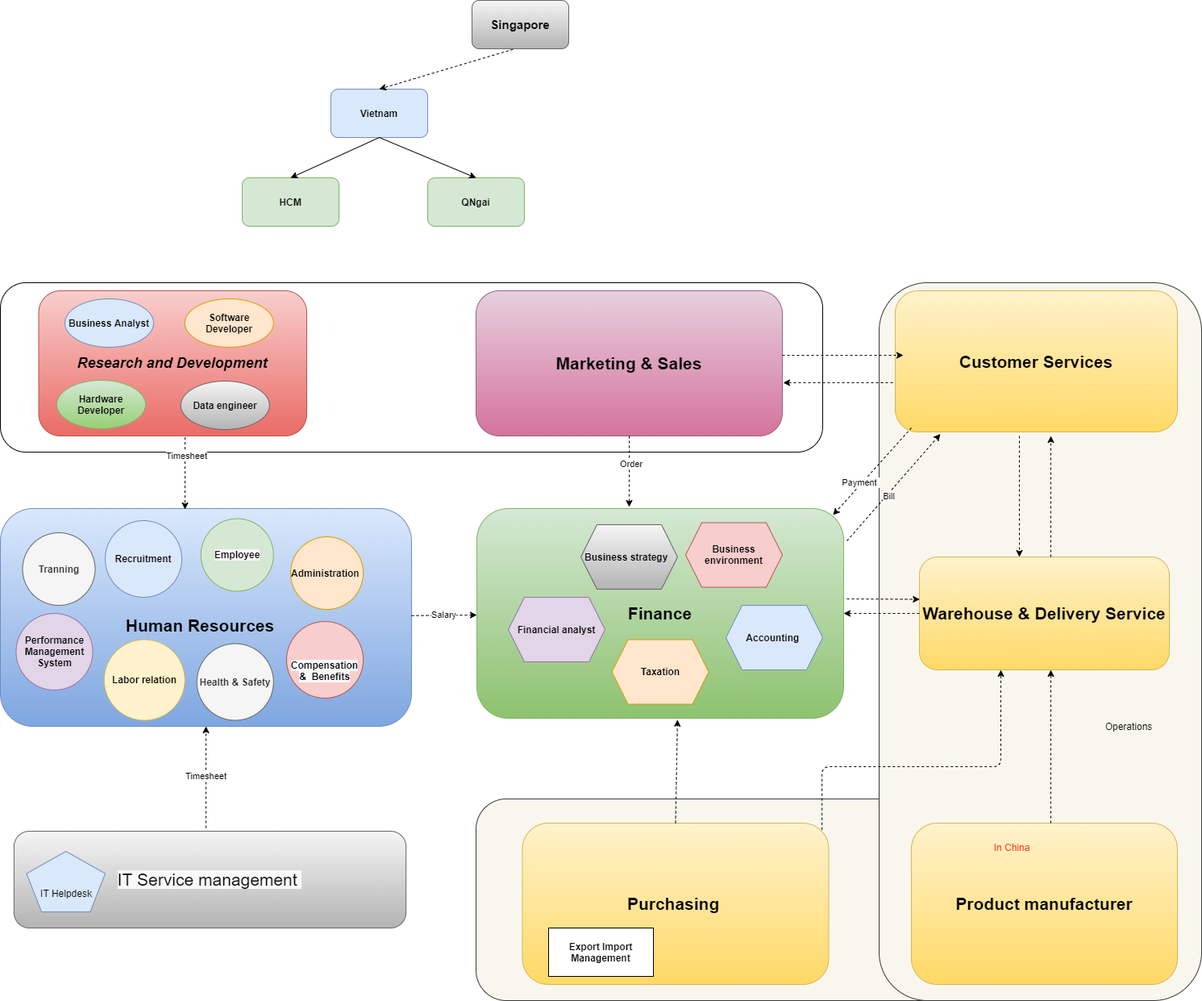
Before: 03_staff/01_image/Department_Organizational_chart-Org_Chart.png, a diagram exported from draw.io (letrthong/business). Source tidied: cells renumbered, new cells last; positions are measured from the earlier drawing's top-left corner, leaving out a move shared by most shapes.
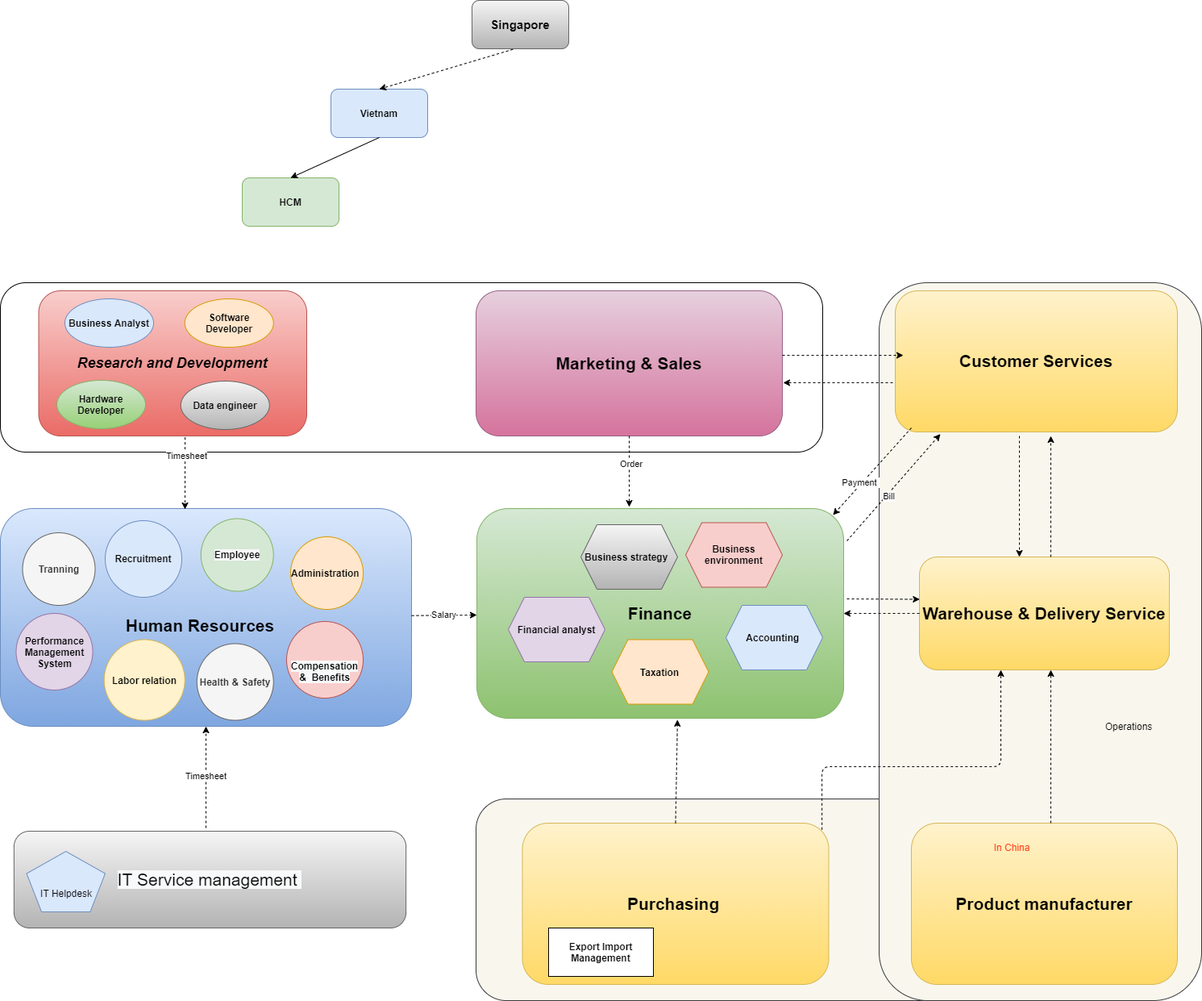
After the change.

The edit, as a diff of the source:
```diff
@@ -41,18 +41,12 @@
     <mxCell id="14" value="&lt;b&gt;Vietnam&lt;/b&gt;" style="rounded=1;whiteSpace=wrap;html=1;fillColor=#dae8fc;strokeColor=#6c8ebf;" parent="1" vertex="1">
       <mxGeometry x="410" y="110" width="120" height="60" as="geometry" />
     </mxCell>
-    <mxCell id="15" value="&lt;b&gt;QNgai&lt;/b&gt;" style="rounded=1;whiteSpace=wrap;html=1;fillColor=#d5e8d4;strokeColor=#82b366;" parent="1" vertex="1">
-      <mxGeometry x="530" y="220" width="120" height="60" as="geometry" />
-    </mxCell>
     <mxCell id="16" value="&lt;b&gt;HCM&lt;/b&gt;" style="rounded=1;whiteSpace=wrap;html=1;fillColor=#d5e8d4;strokeColor=#82b366;" parent="1" vertex="1">
       <mxGeometry x="300" y="220" width="120" height="60" as="geometry" />
     </mxCell>
     <mxCell id="17" style="endArrow=classic;html=1;exitX=0.5;exitY=1;exitDx=0;exitDy=0;entryX=0.5;entryY=0;entryDx=0;entryDy=0;" parent="1" edge="1" source="14" target="16">
       <mxGeometry relative="1" as="geometry" />
     </mxCell>
-    <mxCell id="18" style="endArrow=classic;html=1;exitX=0.5;exitY=1;exitDx=0;exitDy=0;entryX=0.5;entryY=0;entryDx=0;entryDy=0;" parent="1" edge="1" source="14" target="15">
-      <mxGeometry relative="1" as="geometry" />
-    </mxCell>
     <mxCell id="19" value="&lt;span&gt;&lt;b&gt;Tranning&lt;/b&gt;&lt;/span&gt;" style="ellipse;whiteSpace=wrap;html=1;fillColor=#f5f5f5;strokeColor=#666666;fontColor=#333333;" parent="1" vertex="1">
       <mxGeometry x="27.5" y="660" width="90" height="90" as="geometry" />
     </mxCell>
```
